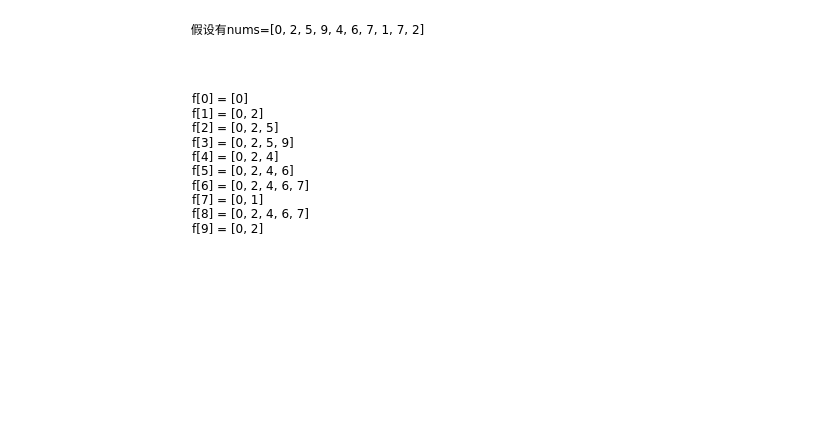
Above: 算法/LIS.drawio in xyshawy/DRAW (draw.io), before the change. Source tidied: cells renumbered, new cells numbered last; positions are measured from the earlier drawing's top-left corner, leaving out a move shared by most shapes. Both pictures are drawn from the tidied source at 100%, with x=0, y=0 at pixel (158, 17).
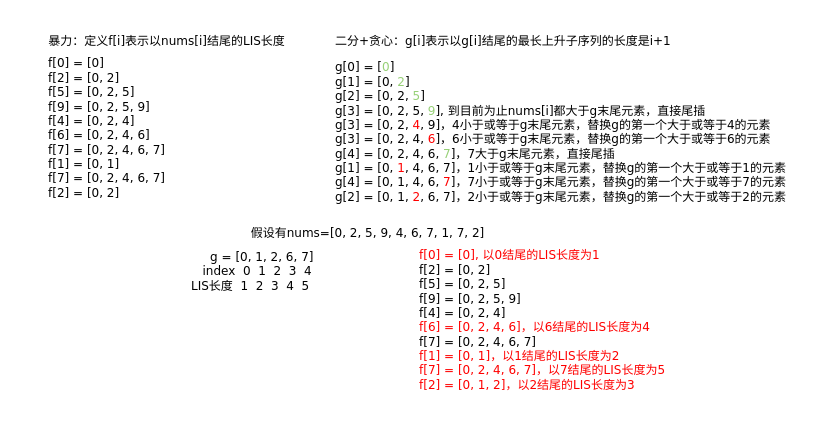
After the change.

Diff of the diagram source:
```diff
@@
 <mxGraphModel>
   <root>
     <mxCell id="0" />
     <mxCell id="1" parent="0" />
     <mxCell id="2" value="&lt;font&gt;假设有nums=[0, 2, 5, 9, 4, 6, 7, 1, 7, 2]&lt;/font&gt;" style="text;html=1;align=center;verticalAlign=middle;whiteSpace=wrap;rounded=0;fontFamily=Verdana;" parent="1" vertex="1">
-      <mxGeometry width="299" height="26" as="geometry" />
+      <mxGeometry x="60" y="203" width="299" height="26" as="geometry" />
     </mxCell>
-    <mxCell id="3" value="&lt;div&gt;&lt;font&gt;f[0] = [0]&lt;/font&gt;&lt;/div&gt;&lt;div&gt;&lt;font&gt;f[1] = [0, 2]&lt;/font&gt;&lt;/div&gt;&lt;div&gt;&lt;font&gt;f[2] = [0, 2, 5]&lt;/font&gt;&lt;/div&gt;&lt;div&gt;&lt;font&gt;f[3] = [0, 2, 5, 9]&lt;/font&gt;&lt;/div&gt;&lt;div&gt;&lt;font&gt;f[4] = [0, 2, 4]&lt;/font&gt;&lt;/div&gt;&lt;div&gt;&lt;font&gt;f[5] = [0, 2, 4, 6]&lt;/font&gt;&lt;/div&gt;&lt;div&gt;&lt;font&gt;f[6] = [0, 2, 4, 6, 7]&lt;/font&gt;&lt;/div&gt;&lt;div&gt;&lt;font&gt;f[7] = [0, 1]&lt;/font&gt;&lt;/div&gt;&lt;div&gt;&lt;font&gt;f[8] = [0, 2, 4, 6, 7]&lt;/font&gt;&lt;/div&gt;&lt;div&gt;&lt;font&gt;f[9] = [0, 2]&lt;/font&gt;&lt;/div&gt;&lt;div style=&quot;&quot;&gt;&lt;br&gt;&lt;/div&gt;" style="text;html=1;align=left;verticalAlign=middle;whiteSpace=wrap;rounded=0;fontFamily=Verdana;" parent="1" vertex="1">
-      <mxGeometry x="32" y="73" width="299" height="161" as="geometry" />
+    <mxCell id="3" value="&lt;div&gt;&lt;font&gt;f[0] = [0]&lt;/font&gt;&lt;/div&gt;&lt;div&gt;&lt;font&gt;f[2] = [0, 2]&lt;/font&gt;&lt;/div&gt;&lt;div&gt;&lt;font&gt;f[5] = [0, 2, 5]&lt;/font&gt;&lt;/div&gt;&lt;div&gt;&lt;font&gt;f[9] = [0, 2, 5, 9]&lt;/font&gt;&lt;/div&gt;&lt;div&gt;&lt;font&gt;f[4] = [0, 2, 4]&lt;/font&gt;&lt;/div&gt;&lt;div&gt;&lt;font&gt;f[6] = [0, 2, 4, 6]&lt;/font&gt;&lt;/div&gt;&lt;div&gt;&lt;font&gt;f[7] = [0, 2, 4, 6, 7]&lt;/font&gt;&lt;/div&gt;&lt;div&gt;&lt;font&gt;f[1] = [0, 1]&lt;/font&gt;&lt;/div&gt;&lt;div&gt;&lt;font&gt;f[7] = [0, 2, 4, 6, 7]&lt;/font&gt;&lt;/div&gt;&lt;div&gt;&lt;font&gt;f[2] = [0, 2]&lt;/font&gt;&lt;/div&gt;&lt;div style=&quot;&quot;&gt;&lt;br&gt;&lt;/div&gt;" style="text;html=1;align=left;verticalAlign=middle;whiteSpace=wrap;rounded=0;fontFamily=Verdana;" parent="1" vertex="1">
+      <mxGeometry x="-112" y="37" width="299" height="161" as="geometry" />
     </mxCell>
+    <mxCell id="4" value="暴力：定义f[i]表示以nums[i]结尾的LIS长度" style="text;html=1;align=center;verticalAlign=middle;whiteSpace=wrap;rounded=0;fontFamily=Verdana;" parent="1" vertex="1">
+      <mxGeometry x="-141" y="11" width="299" height="26" as="geometry" />
+    </mxCell>
+    <mxCell id="5" value="二分+贪心：g[i]表示以g[i]结尾的最长上升子序列的长度是i+1" style="text;html=1;align=left;verticalAlign=middle;whiteSpace=wrap;rounded=0;fontFamily=Verdana;" parent="1" vertex="1">
+      <mxGeometry x="175" y="11" width="353" height="26" as="geometry" />
+    </mxCell>
+    <mxCell id="6" value="&lt;div&gt;g[0] = [&lt;font color=&quot;#97d077&quot;&gt;0&lt;/font&gt;]&lt;/div&gt;&lt;div&gt;g[1] = [0, &lt;font color=&quot;#97d077&quot;&gt;2&lt;/font&gt;]&lt;/div&gt;&lt;div&gt;g[2] = [0, 2, &lt;font color=&quot;#97d077&quot;&gt;5&lt;/font&gt;]&lt;/div&gt;&lt;div&gt;g[3] = [0, 2, 5, &lt;font color=&quot;#97d077&quot;&gt;9&lt;/font&gt;], 到目前为止nums[i]都大于g末尾元素，直接尾插&lt;/div&gt;&lt;div&gt;g[3] = [0, 2, &lt;font color=&quot;#ff0000&quot;&gt;4&lt;/font&gt;, 9]，4小于或等于g末尾元素，替换g的第一个大于或等于4的元素&lt;/div&gt;&lt;div&gt;g[3] = [0, 2, 4, &lt;font color=&quot;#ff0000&quot;&gt;6&lt;/font&gt;]，6&lt;span style=&quot;background-color: initial;&quot;&gt;小于或等于g末尾元素，替换g的第一个大于或等于6的元素&lt;/span&gt;&lt;/div&gt;&lt;div&gt;g[4] = [0, 2, 4, 6, &lt;font color=&quot;#97d077&quot;&gt;7&lt;/font&gt;]，&lt;span style=&quot;background-color: initial;&quot;&gt;7大于g末尾元素，直接尾插&lt;/span&gt;&lt;/div&gt;&lt;div&gt;g[1] = [0, &lt;font color=&quot;#ff0000&quot;&gt;1&lt;/font&gt;, 4, 6, 7]&lt;span style=&quot;background-color: initial;&quot;&gt;，1&lt;/span&gt;&lt;span style=&quot;background-color: initial;&quot;&gt;小于或等于g末尾元素，替换g的第一个大于或等于1的元素&lt;/span&gt;&lt;/div&gt;&lt;div&gt;g[4] = [0, 1, 4, 6, &lt;font color=&quot;#ff0000&quot;&gt;7&lt;/font&gt;]&lt;span style=&quot;background-color: initial;&quot;&gt;，7&lt;/span&gt;&lt;span style=&quot;background-color: initial;&quot;&gt;小于或等于g末尾元素，替换g的第一个大于或等于7的元素&lt;/span&gt;&lt;/div&gt;&lt;div&gt;g[2] = [0, 1, &lt;font color=&quot;#ff0000&quot;&gt;2&lt;/font&gt;, 6, 7]&lt;span style=&quot;background-color: initial;&quot;&gt;，2&lt;/span&gt;&lt;span style=&quot;background-color: initial;&quot;&gt;小于或等于g末尾元素，替换g的第一个大于或等于2的元素&lt;/span&gt;&lt;/div&gt;&lt;div&gt;&lt;br&gt;&lt;/div&gt;" style="text;html=1;align=left;verticalAlign=middle;strokeColor=none;fillColor=none;fontFamily=Verdana;fontSize=12;fontColor=default;" parent="1" vertex="1">
+      <mxGeometry x="175" y="37" width="476" height="170" as="geometry" />
+    </mxCell>
+    <mxCell id="7" value="&lt;span style=&quot;text-align: left;&quot;&gt;&lt;span style=&quot;white-space: pre;&quot;&gt;&#9;&lt;/span&gt;g = [0, 1,&amp;nbsp;&lt;/span&gt;&lt;font style=&quot;text-align: left;&quot;&gt;2&lt;/font&gt;&lt;span style=&quot;text-align: left;&quot;&gt;, 6, 7]&lt;/span&gt;&lt;div style=&quot;text-align: left;&quot;&gt;&lt;span style=&quot;&quot;&gt;&amp;nbsp; &amp;nbsp; &amp;nbsp; index&amp;nbsp; 0&amp;nbsp; 1&amp;nbsp; 2&amp;nbsp; 3&amp;nbsp; 4&lt;/span&gt;&lt;/div&gt;&lt;div style=&quot;text-align: left;&quot;&gt;&amp;nbsp; &amp;nbsp;LIS长度&amp;nbsp; 1&amp;nbsp; 2&amp;nbsp; 3&amp;nbsp; 4&amp;nbsp; 5&lt;span style=&quot;&quot;&gt;&lt;br&gt;&lt;/span&gt;&lt;/div&gt;" style="text;html=1;align=center;verticalAlign=middle;strokeColor=none;fillColor=none;fontFamily=Verdana;fontSize=12;fontColor=default;" parent="1" vertex="1">
+      <mxGeometry x="7" y="226" width="161" height="55" as="geometry" />
+    </mxCell>
+    <mxCell id="8" value="&lt;div&gt;&lt;font color=&quot;#ff0000&quot;&gt;f[0] = [0], 以0结尾的LIS长度为1&lt;/font&gt;&lt;/div&gt;&lt;div&gt;&lt;font&gt;f[2] = [0, 2]&lt;/font&gt;&lt;/div&gt;&lt;div&gt;&lt;font&gt;f[5] = [0, 2, 5]&lt;/font&gt;&lt;/div&gt;&lt;div&gt;&lt;font&gt;f[9] = [0, 2, 5, 9]&lt;/font&gt;&lt;/div&gt;&lt;div&gt;&lt;font&gt;f[4] = [0, 2, 4]&lt;/font&gt;&lt;/div&gt;&lt;div&gt;&lt;font color=&quot;#ff0000&quot;&gt;f[6] = [0, 2, 4, 6]，&lt;/font&gt;&lt;span style=&quot;color: rgb(255, 0, 0); background-color: initial;&quot;&gt;以6结尾的LIS长度为4&lt;/span&gt;&lt;/div&gt;&lt;div&gt;&lt;font&gt;f[7] = [0, 2, 4, 6, 7]&lt;/font&gt;&lt;/div&gt;&lt;div&gt;&lt;font color=&quot;#ff0000&quot;&gt;f[1] = [0, 1]，&lt;/font&gt;&lt;span style=&quot;color: rgb(255, 0, 0); background-color: initial;&quot;&gt;以1结尾的LIS长度为2&lt;/span&gt;&lt;/div&gt;&lt;div&gt;&lt;font color=&quot;#ff0000&quot;&gt;f[7] = [0, 2, 4, 6, 7]，&lt;/font&gt;&lt;span style=&quot;color: rgb(255, 0, 0); background-color: initial;&quot;&gt;以7结尾的LIS长度为5&lt;/span&gt;&lt;/div&gt;&lt;div&gt;&lt;font color=&quot;#ff0000&quot;&gt;f[2] = [0, 1, 2]，&lt;/font&gt;&lt;span style=&quot;color: rgb(255, 0, 0); background-color: initial;&quot;&gt;以2结尾的LIS长度为3&lt;/span&gt;&lt;/div&gt;&lt;div style=&quot;&quot;&gt;&lt;br&gt;&lt;/div&gt;" style="text;html=1;align=left;verticalAlign=middle;whiteSpace=wrap;rounded=0;fontFamily=Verdana;" parent="1" vertex="1">
+      <mxGeometry x="259" y="229" width="299" height="161" as="geometry" />
+    </mxCell>
   </root>
 </mxGraphModel>
```
